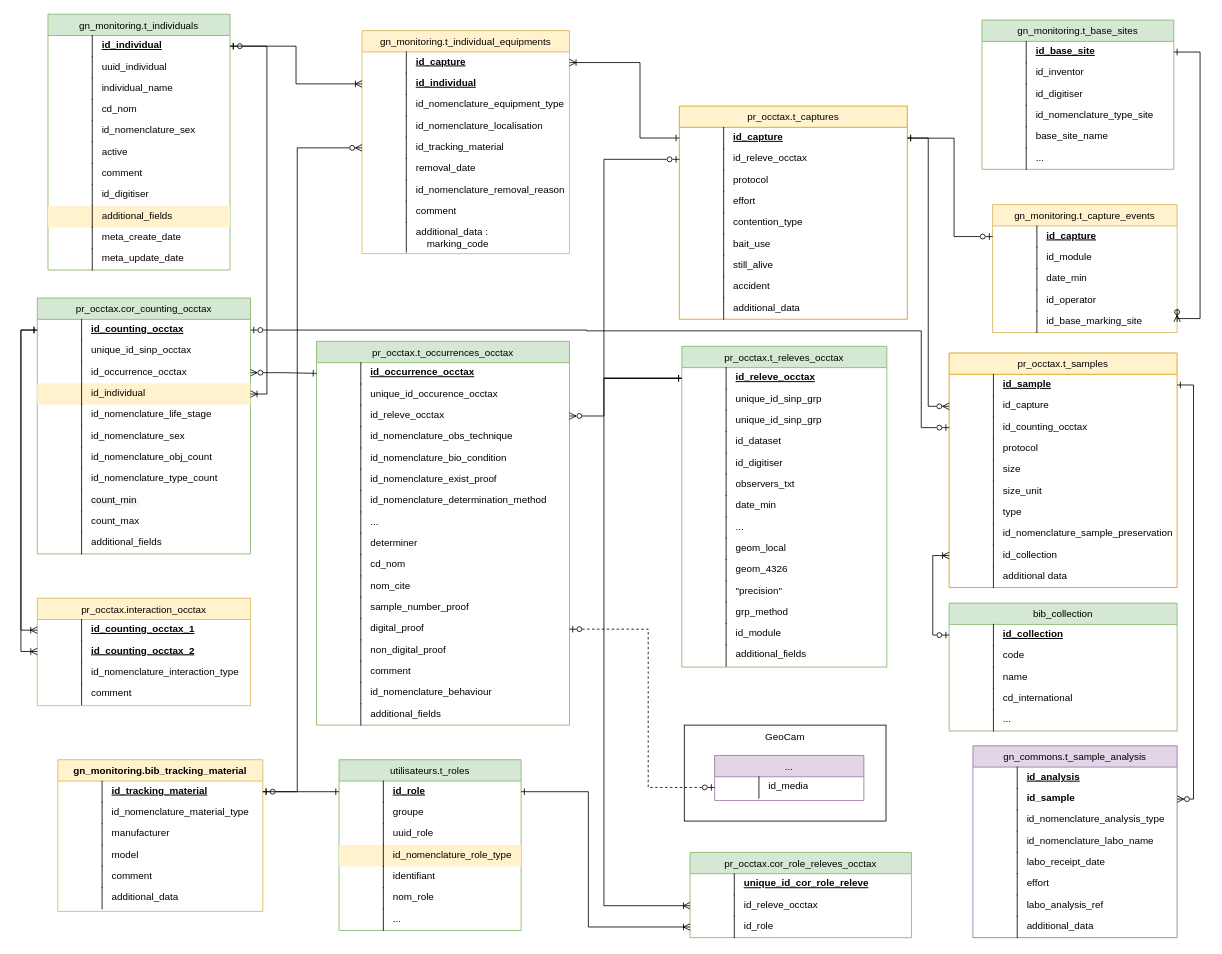
This is cahier-des-charges/MCD/V4-gn/gestion-individus_v4-2.drawio from PnVanoise/gestion-individus, a draw.io file, before an edit. Source tidied: cells renumbered, new cells numbered last; positions are measured from the earlier drawing's top-left corner, leaving out a move shared by most shapes. Both pictures are drawn from the tidied source at 82%, with x=0, y=0 at pixel (37, 14).
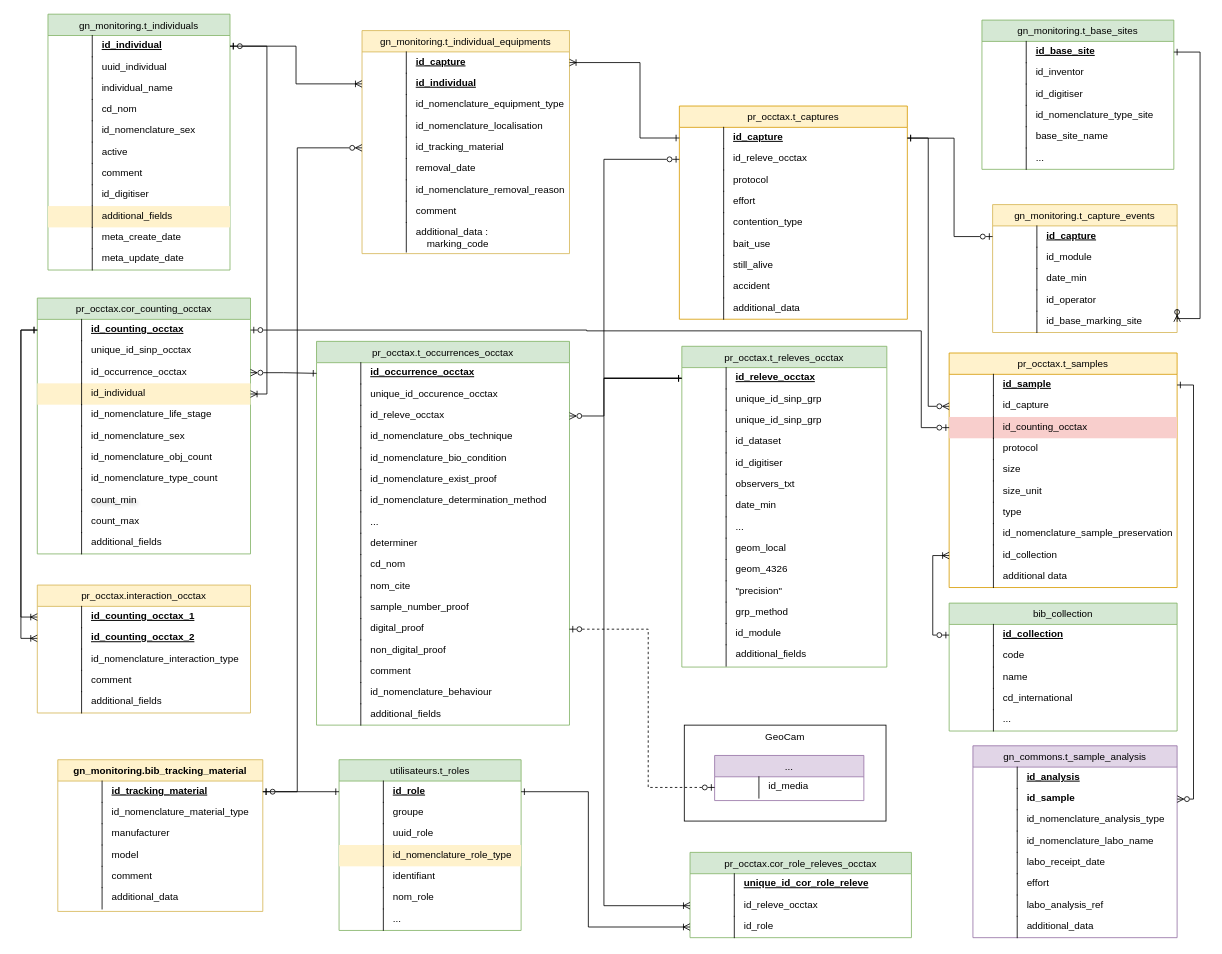
The same page after the edit.

The change refers to these unchanged cells:
```xml
<mxCell id="157" value="pr_occtax.t_samples" style="swimlane;fontStyle=0;horizontal=1;startSize=26;fillColor=#FFF2CC;swimlaneFillColor=default;align=center;strokeColor=#d79b00;" parent="1" vertex="1">
  <mxGeometry x="1112" y="413" width="278" height="286" as="geometry" />
</mxCell>
```

Change to the diagram source:
```diff
@@
-    <mxCell id="162" value="id_counting_occtax" style="shape=partialRectangle;top=0;left=0;right=0;bottom=0;align=left;verticalAlign=top;spacingTop=-2;fillColor=none;spacingLeft=64;spacingRight=4;overflow=hidden;points=[[0,0.5],[1,0.5]];portConstraint=eastwest;strokeColor=#d6b656;fontStyle=0;textShadow=0;" parent="157" vertex="1">
+    <mxCell id="162" value="id_counting_occtax" style="shape=partialRectangle;top=0;left=0;right=0;bottom=0;align=left;verticalAlign=top;spacingTop=-2;fillColor=#f8cecc;spacingLeft=64;spacingRight=4;overflow=hidden;points=[[0,0.5],[1,0.5]];portConstraint=eastwest;strokeColor=#b85450;fontStyle=0;textShadow=0;" parent="157" vertex="1">
       <mxGeometry y="78" width="278" height="26" as="geometry" />
     </mxCell>
@@
     <mxCell id="280" value="pr_occtax.interaction_occtax" style="swimlane;fontStyle=0;horizontal=1;startSize=26;fillColor=#fff2cc;swimlaneFillColor=default;align=center;strokeColor=#d6b656;" parent="1" vertex="1">
-      <mxGeometry y="712" width="260" height="131" as="geometry" />
+      <mxGeometry y="696" width="260" height="156" as="geometry" />
     </mxCell>
@@
+    <mxCell id="291" value="additional_fields" style="shape=partialRectangle;top=0;left=0;right=0;bottom=0;align=left;verticalAlign=top;spacingTop=-2;fillColor=none;spacingLeft=64;spacingRight=4;overflow=hidden;fontStyle=0;textShadow=0;" parent="280" vertex="1">
+      <mxGeometry y="130" width="260" height="26" as="geometry" />
+    </mxCell>
+    <mxCell id="292" style="shape=partialRectangle;top=0;left=0;bottom=0;fillColor=none;align=left;verticalAlign=middle;spacingLeft=4;spacingRight=4;overflow=hidden;" parent="291" vertex="1">
+      <mxGeometry width="54" height="26" as="geometry" />
+    </mxCell>
```
